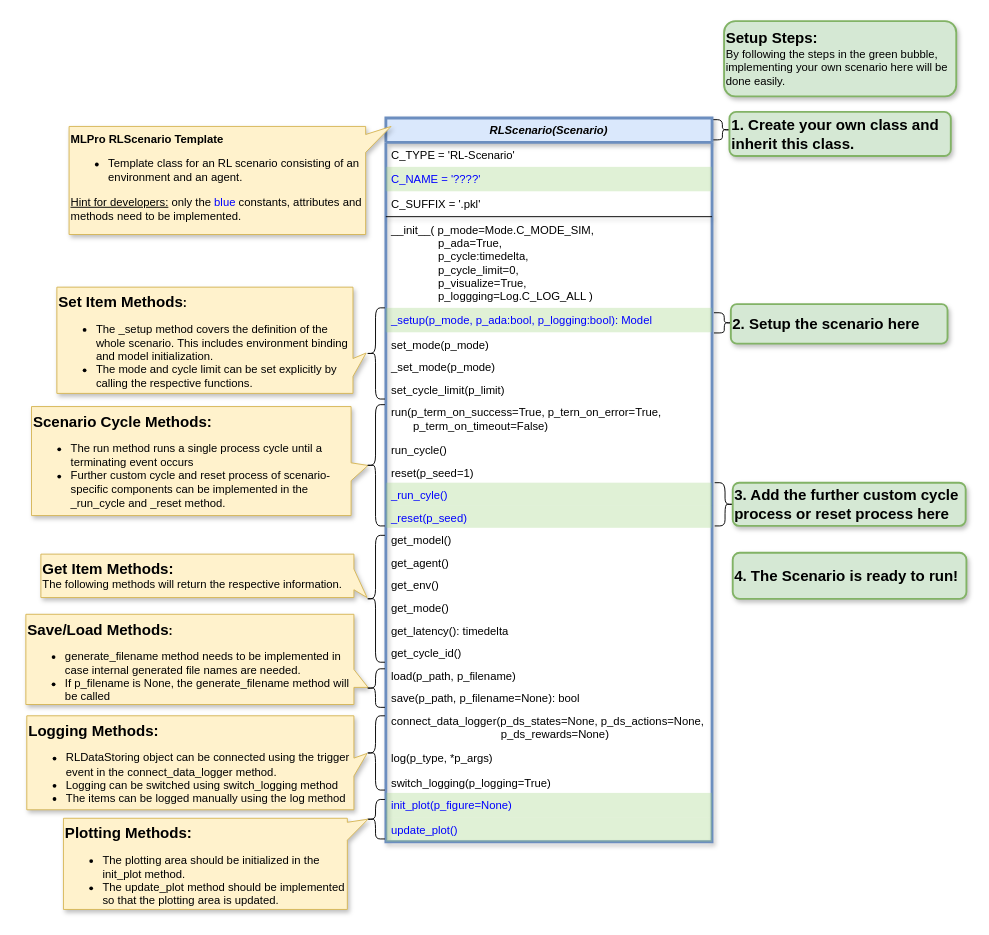
Earlier version of the draw.io diagram doc/rtd/content/rl/scenario/images/MLPro-RL-Scenario_Class_Commented.drawio (fhswf/MLPro). Source tidied: cells renumbered, new cells numbered last; positions are measured from the earlier drawing's top-left corner, leaving out a move shared by most shapes. Both pictures are drawn from the tidied source at 94%, with x=0, y=0 at pixel (25, 21).
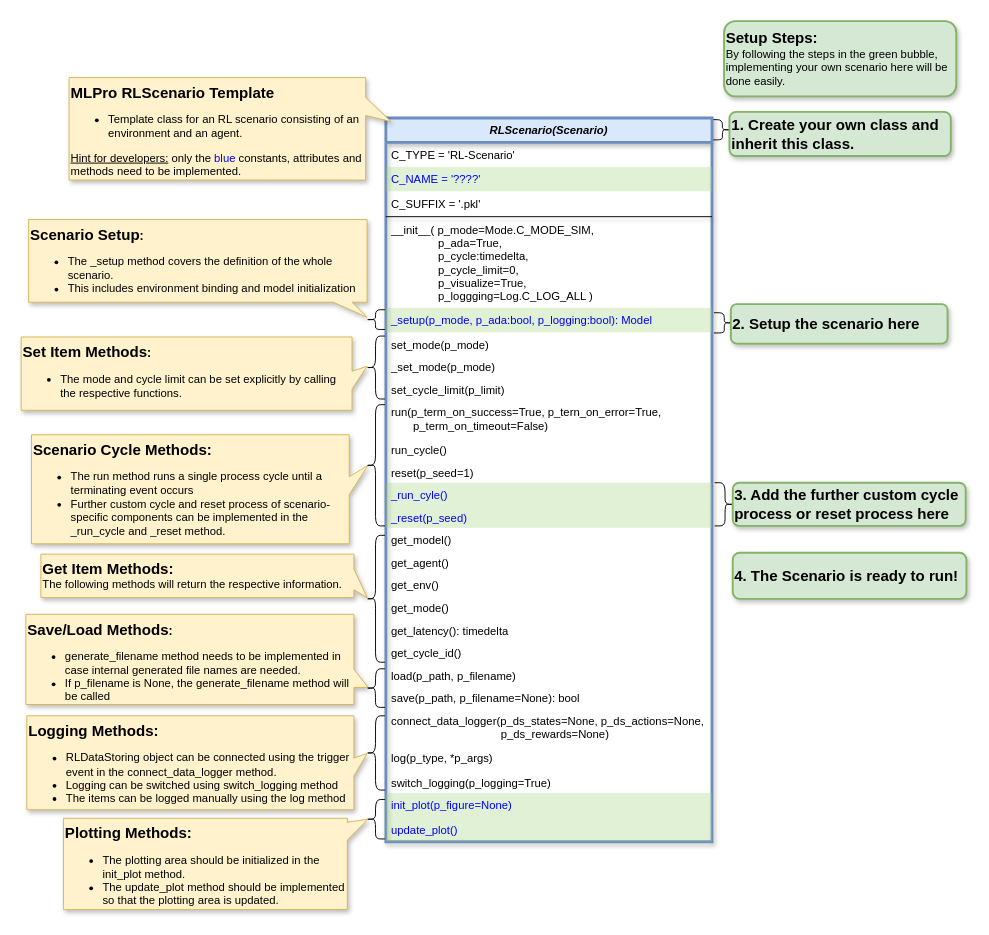
Above is the later version.

Commit message (it also covers changes not shown here):
Separate _step explanation on Scenario Commented Diagram #173

What changed in the source:
```diff
@@
-    <mxCell id="33" value="&lt;b&gt;MLPro RLScenario Template&lt;br&gt;&lt;/b&gt;&lt;ul&gt;&lt;li&gt;&lt;span&gt;Template class for an RL scenario consisting of an environment and an agent.&amp;nbsp;&lt;/span&gt;&lt;br&gt;&lt;/li&gt;&lt;/ul&gt;&lt;div&gt;&lt;u&gt;Hint for developers:&lt;/u&gt; only the &lt;font color=&quot;#0000ff&quot;&gt;blue&lt;/font&gt; constants, attributes and methods need to be implemented.&lt;/div&gt;&lt;div&gt;&lt;br&gt;&lt;/div&gt;" style="shape=callout;whiteSpace=wrap;html=1;perimeter=calloutPerimeter;shadow=1;fillColor=#fff2cc;strokeColor=#d6b656;align=left;verticalAlign=top;base=19;size=27;position=0.76;position2=1;direction=north;" parent="1" vertex="1">
-      <mxGeometry x="46" y="112" width="342.5" height="115" as="geometry" />
+    <mxCell id="33" value="&lt;b&gt;&lt;font style=&quot;font-size: 16px&quot;&gt;MLPro RLScenario Template&lt;/font&gt;&lt;br&gt;&lt;/b&gt;&lt;ul&gt;&lt;li&gt;&lt;span&gt;Template class for an RL scenario consisting of an environment and an agent.&amp;nbsp;&lt;/span&gt;&lt;br&gt;&lt;/li&gt;&lt;/ul&gt;&lt;div&gt;&lt;u&gt;Hint for developers:&lt;/u&gt; only the &lt;font color=&quot;#0000ff&quot;&gt;blue&lt;/font&gt; constants, attributes and methods need to be implemented.&lt;/div&gt;&lt;div&gt;&lt;br&gt;&lt;/div&gt;" style="shape=callout;whiteSpace=wrap;html=1;perimeter=calloutPerimeter;shadow=1;fillColor=#fff2cc;strokeColor=#d6b656;align=left;verticalAlign=top;base=19;size=27;position=0.63;position2=0.57;direction=north;" parent="1" vertex="1">
+      <mxGeometry x="46" y="60" width="342.5" height="109" as="geometry" />
     </mxCell>
-    <mxCell id="34" value="&lt;b&gt;&lt;font style=&quot;font-size: 16px&quot;&gt;Set Item Methods&lt;/font&gt;&lt;span style=&quot;font-size: 13px&quot;&gt;:&lt;/span&gt;&lt;/b&gt;&lt;br&gt;&lt;ul&gt;&lt;li&gt;The _setup method covers the definition of the whole scenario. This includes environment binding and model initialization.&lt;/li&gt;&lt;li&gt;The mode and cycle limit can be set explicitly by calling the respective functions.&amp;nbsp;&lt;/li&gt;&lt;/ul&gt;" style="shape=callout;whiteSpace=wrap;html=1;perimeter=calloutPerimeter;shadow=1;fillColor=#fff2cc;strokeColor=#d6b656;align=left;verticalAlign=top;base=19;size=14;position=0.16;position2=0.38;direction=north;" parent="1" vertex="1">
-      <mxGeometry x="33" y="283" width="329" height="113" as="geometry" />
+    <mxCell id="34" value="&lt;b&gt;&lt;font style=&quot;font-size: 16px&quot;&gt;Set Item Methods&lt;/font&gt;&lt;span style=&quot;font-size: 13px&quot;&gt;:&lt;br&gt;&lt;/span&gt;&lt;/b&gt;&lt;ul&gt;&lt;li&gt;The mode and cycle limit can be set explicitly by calling the respective functions.&amp;nbsp;&lt;/li&gt;&lt;/ul&gt;" style="shape=callout;whiteSpace=wrap;html=1;perimeter=calloutPerimeter;shadow=1;fillColor=#fff2cc;strokeColor=#d6b656;align=left;verticalAlign=top;base=19;size=16;position=0.29;position2=0.6;direction=north;" parent="1" vertex="1">
+      <mxGeometry x="-5" y="336" width="368" height="78" as="geometry" />
     </mxCell>
@@
-    <mxCell id="37" value="&lt;b&gt;&lt;font style=&quot;font-size: 16px&quot;&gt;Scenario Cycle Methods:&lt;/font&gt;&lt;/b&gt;&lt;br&gt;&lt;ul&gt;&lt;li&gt;&lt;span&gt;The run method runs a single process cycle until a terminating event occurs&lt;/span&gt;&lt;/li&gt;&lt;li&gt;&lt;span&gt;Further custom cycle and reset process of scenario-specific components can be implemented in the _run_cycle and _reset method.&lt;/span&gt;&lt;br&gt;&lt;/li&gt;&lt;/ul&gt;" style="shape=callout;whiteSpace=wrap;html=1;perimeter=calloutPerimeter;shadow=1;fillColor=#fff2cc;strokeColor=#d6b656;align=left;verticalAlign=top;base=19;size=18;position=0.32;position2=0.46;direction=north;" parent="1" vertex="1">
-      <mxGeometry x="6" y="410" width="358" height="116" as="geometry" />
+    <mxCell id="37" value="&lt;b&gt;&lt;font style=&quot;font-size: 16px&quot;&gt;Scenario Cycle Methods:&lt;/font&gt;&lt;/b&gt;&lt;br&gt;&lt;ul&gt;&lt;li&gt;&lt;span&gt;The run method runs a single process cycle until a terminating event occurs&lt;/span&gt;&lt;/li&gt;&lt;li&gt;&lt;span&gt;Further custom cycle and reset process of scenario-specific components can be implemented in the _run_cycle and _reset method.&lt;/span&gt;&lt;br&gt;&lt;/li&gt;&lt;/ul&gt;" style="shape=callout;whiteSpace=wrap;html=1;perimeter=calloutPerimeter;shadow=1;fillColor=#fff2cc;strokeColor=#d6b656;align=left;verticalAlign=top;base=19;size=20;position=0.45;position2=0.72;direction=north;" parent="1" vertex="1">
+      <mxGeometry x="6" y="440" width="358" height="116" as="geometry" />
     </mxCell>
     <mxCell id="38" style="shape=curlyBracket;whiteSpace=wrap;html=1;rounded=1;" parent="1" vertex="1">
-      <mxGeometry x="362" y="305" width="20" height="97" as="geometry" />
+      <mxGeometry x="362" y="335" width="20" height="67" as="geometry" />
     </mxCell>
@@
+    <mxCell id="51" value="&lt;font style=&quot;font-weight: bold ; font-size: 16px&quot;&gt;Scenario Setup&lt;/font&gt;&lt;b style=&quot;font-size: 13px&quot;&gt;:&lt;/b&gt;&lt;br&gt;&lt;ul&gt;&lt;li&gt;&lt;font style=&quot;font-size: 12px&quot;&gt;The _setup method covers the definition of the whole scenario.&amp;nbsp;&lt;/font&gt;&lt;/li&gt;&lt;li&gt;&lt;font style=&quot;font-size: 12px&quot;&gt;This includes environment binding and model initialization&lt;/font&gt;&lt;/li&gt;&lt;/ul&gt;" style="shape=callout;whiteSpace=wrap;html=1;perimeter=calloutPerimeter;shadow=1;fillColor=#fff2cc;strokeColor=#d6b656;align=left;verticalAlign=top;base=20;size=16;position=0.9;position2=1;direction=east;" parent="1" vertex="1">
+      <mxGeometry x="3" y="211" width="360" height="104" as="geometry" />
+    </mxCell>
+    <mxCell id="52" style="shape=curlyBracket;whiteSpace=wrap;html=1;rounded=1;" parent="1" vertex="1">
+      <mxGeometry x="362" y="307" width="20" height="21" as="geometry" />
+    </mxCell>
```
